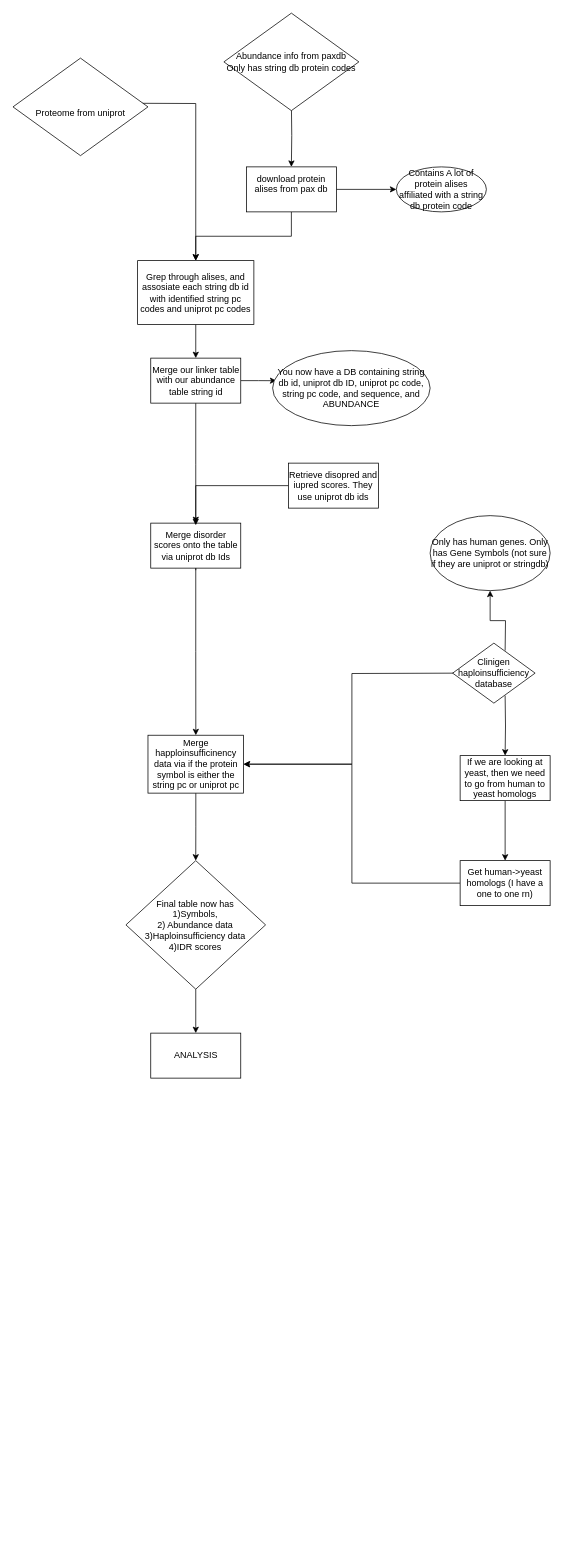
The draw.io diagram Untitled Diagram.drawio in AlexAdrian-Hamazaki/IDR_Abundance, before the edit. Source tidied: cells renumbered, new cells numbered last; positions are measured from the earlier drawing's top-left corner, leaving out a move shared by most shapes. Both pictures are drawn from the tidied source at 75%, with x=0, y=0 at pixel (13, 13).
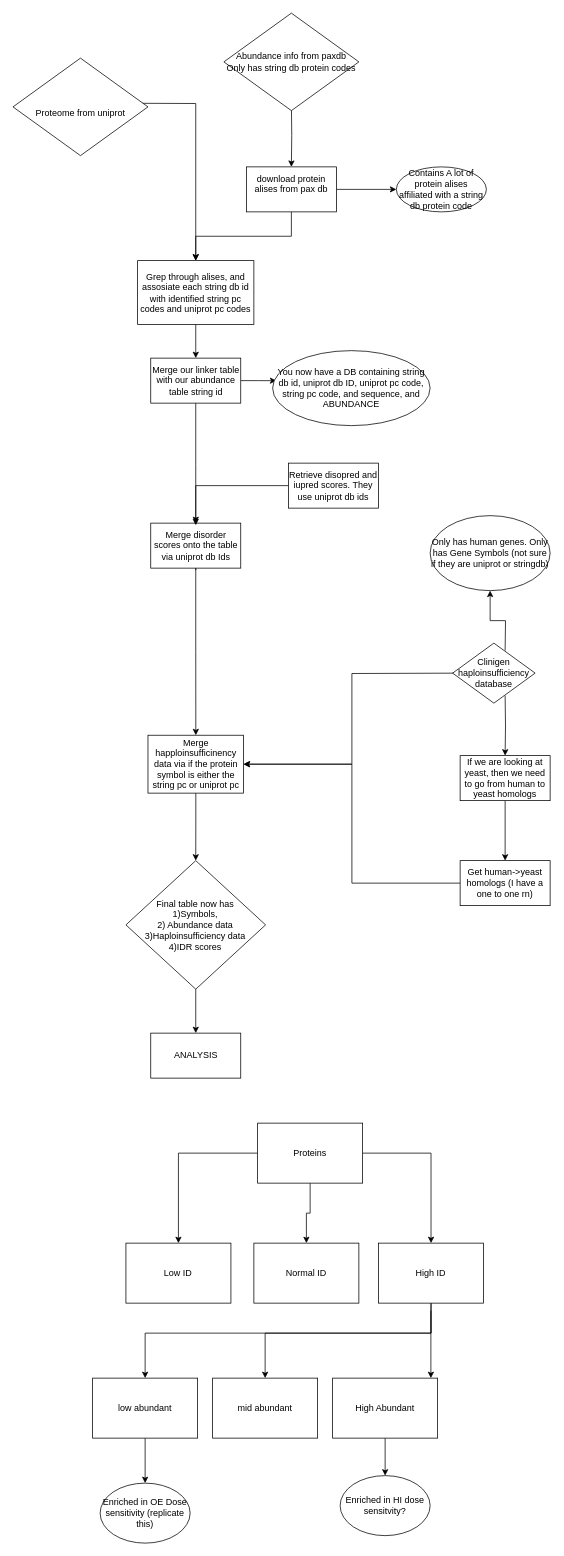
Above is the later version.

Change to the diagram source:
```diff
@@
+    <mxCell id="35" style="edgeStyle=orthogonalEdgeStyle;rounded=0;jettySize=auto;html=1;" parent="1" edge="1" target="46">
+      <mxGeometry relative="1" as="geometry">
+        <mxPoint x="557" y="1730" as="sourcePoint" />
+        <Array as="points">
+          <mxPoint x="557" y="1760" />
+          <mxPoint x="557" y="1760" />
+        </Array>
+      </mxGeometry>
+    </mxCell>
+    <mxCell id="36" style="edgeStyle=orthogonalEdgeStyle;rounded=0;jettySize=auto;html=1;entryX=0.5;entryY=0;entryDx=0;entryDy=0;" parent="1" edge="1" source="38" target="47">
+      <mxGeometry relative="1" as="geometry">
+        <Array as="points">
+          <mxPoint x="557" y="1760" />
+          <mxPoint x="336" y="1760" />
+        </Array>
+      </mxGeometry>
+    </mxCell>
+    <mxCell id="37" style="edgeStyle=orthogonalEdgeStyle;rounded=0;jettySize=auto;html=1;entryX=0.5;entryY=0;entryDx=0;entryDy=0;" parent="1" edge="1" source="38" target="49">
+      <mxGeometry relative="1" as="geometry">
+        <Array as="points">
+          <mxPoint x="557" y="1760" />
+          <mxPoint x="176" y="1760" />
+        </Array>
+      </mxGeometry>
+    </mxCell>
+    <mxCell id="38" value="High ID" style="rounded=0;whiteSpace=wrap;html=1;" parent="1" vertex="1">
+      <mxGeometry x="487.2" y="1640" width="140" height="80" as="geometry" />
+    </mxCell>
+    <mxCell id="39" style="edgeStyle=orthogonalEdgeStyle;rounded=0;jettySize=auto;html=1;" parent="1" edge="1" source="42" target="43">
+      <mxGeometry relative="1" as="geometry" />
+    </mxCell>
+    <mxCell id="40" style="edgeStyle=orthogonalEdgeStyle;rounded=0;jettySize=auto;html=1;" parent="1" edge="1" source="42" target="38">
+      <mxGeometry relative="1" as="geometry" />
+    </mxCell>
+    <mxCell id="41" style="edgeStyle=orthogonalEdgeStyle;rounded=0;jettySize=auto;html=1;entryX=0.5;entryY=0;entryDx=0;entryDy=0;" parent="1" edge="1" source="42" target="44">
+      <mxGeometry relative="1" as="geometry" />
+    </mxCell>
+    <mxCell id="42" value="Proteins" style="rounded=0;whiteSpace=wrap;html=1;" parent="1" vertex="1">
+      <mxGeometry x="326" y="1480" width="140" height="80" as="geometry" />
+    </mxCell>
+    <mxCell id="43" value="Normal ID" style="rounded=0;whiteSpace=wrap;html=1;" parent="1" vertex="1">
+      <mxGeometry x="321" y="1640" width="140" height="80" as="geometry" />
+    </mxCell>
+    <mxCell id="44" value="Low ID" style="rounded=0;whiteSpace=wrap;html=1;" parent="1" vertex="1">
+      <mxGeometry x="150.4" y="1640" width="140" height="80" as="geometry" />
+    </mxCell>
+    <mxCell id="45" style="edgeStyle=orthogonalEdgeStyle;rounded=0;jettySize=auto;html=1;entryX=0.5;entryY=0;entryDx=0;entryDy=0;" parent="1" edge="1" source="46" target="50">
+      <mxGeometry relative="1" as="geometry" />
+    </mxCell>
+    <mxCell id="46" value="High Abundant" style="rounded=0;whiteSpace=wrap;html=1;" parent="1" vertex="1">
+      <mxGeometry x="426" y="1820" width="140" height="80" as="geometry" />
+    </mxCell>
+    <mxCell id="47" value="mid abundant" style="rounded=0;whiteSpace=wrap;html=1;" parent="1" vertex="1">
+      <mxGeometry x="266" y="1820" width="140" height="80" as="geometry" />
+    </mxCell>
+    <mxCell id="48" style="edgeStyle=orthogonalEdgeStyle;rounded=0;jettySize=auto;html=1;entryX=0.5;entryY=0;entryDx=0;entryDy=0;" parent="1" edge="1" source="49" target="51">
+      <mxGeometry relative="1" as="geometry" />
+    </mxCell>
+    <mxCell id="49" value="low abundant" style="rounded=0;whiteSpace=wrap;html=1;" parent="1" vertex="1">
+      <mxGeometry x="106" y="1820" width="140" height="80" as="geometry" />
+    </mxCell>
+    <mxCell id="50" value="Enriched in HI dose sensitvity?" style="ellipse;whiteSpace=wrap;html=1;" parent="1" vertex="1">
+      <mxGeometry x="436" y="1950" width="120" height="80" as="geometry" />
+    </mxCell>
+    <mxCell id="51" value="Enriched in OE Dose sensitivity (replicate this)" style="ellipse;whiteSpace=wrap;html=1;" parent="1" vertex="1">
+      <mxGeometry x="116" y="1960" width="120" height="80" as="geometry" />
+    </mxCell>
```
